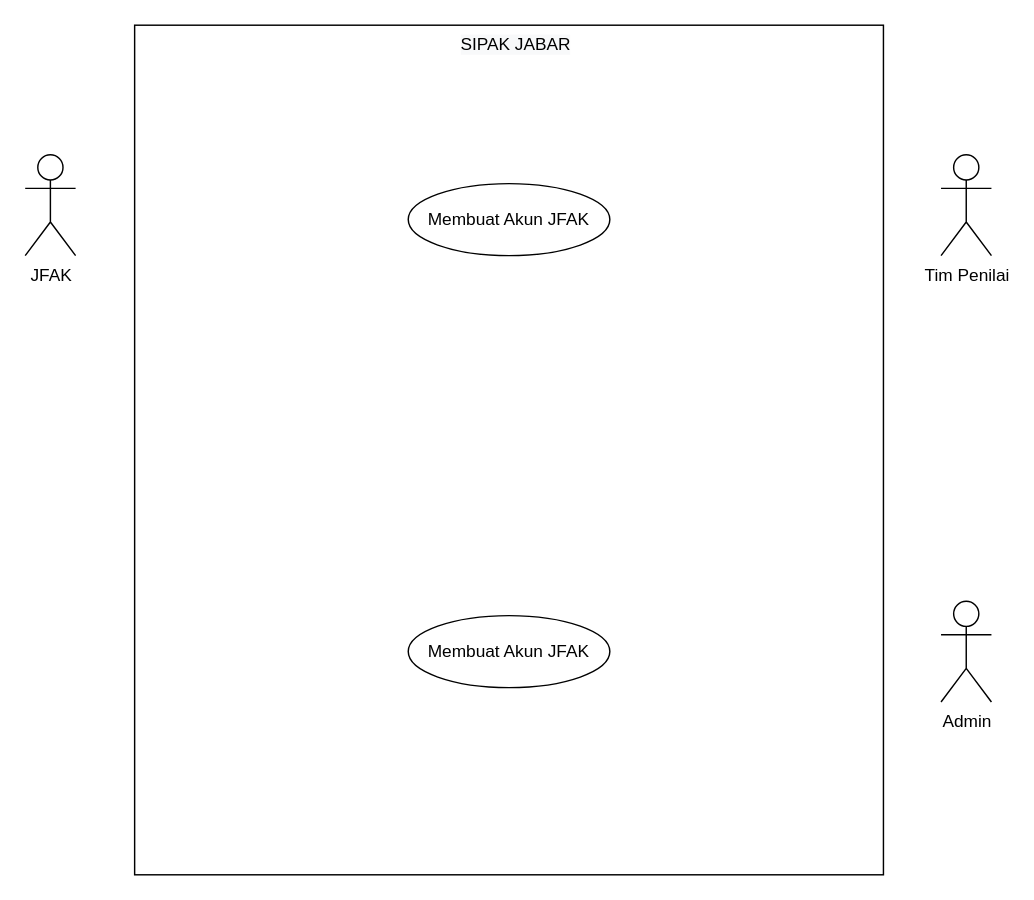
Above: Analis/Diagram/Untitled Diagram.drawio in rafifauzi/SIPAK (draw.io), before the change. Source tidied: cells renumbered, new cells numbered last; positions are measured from the earlier drawing's top-left corner, leaving out a move shared by most shapes. Both pictures are drawn from the tidied source at 144%, with x=0, y=0 at pixel (24, 24).
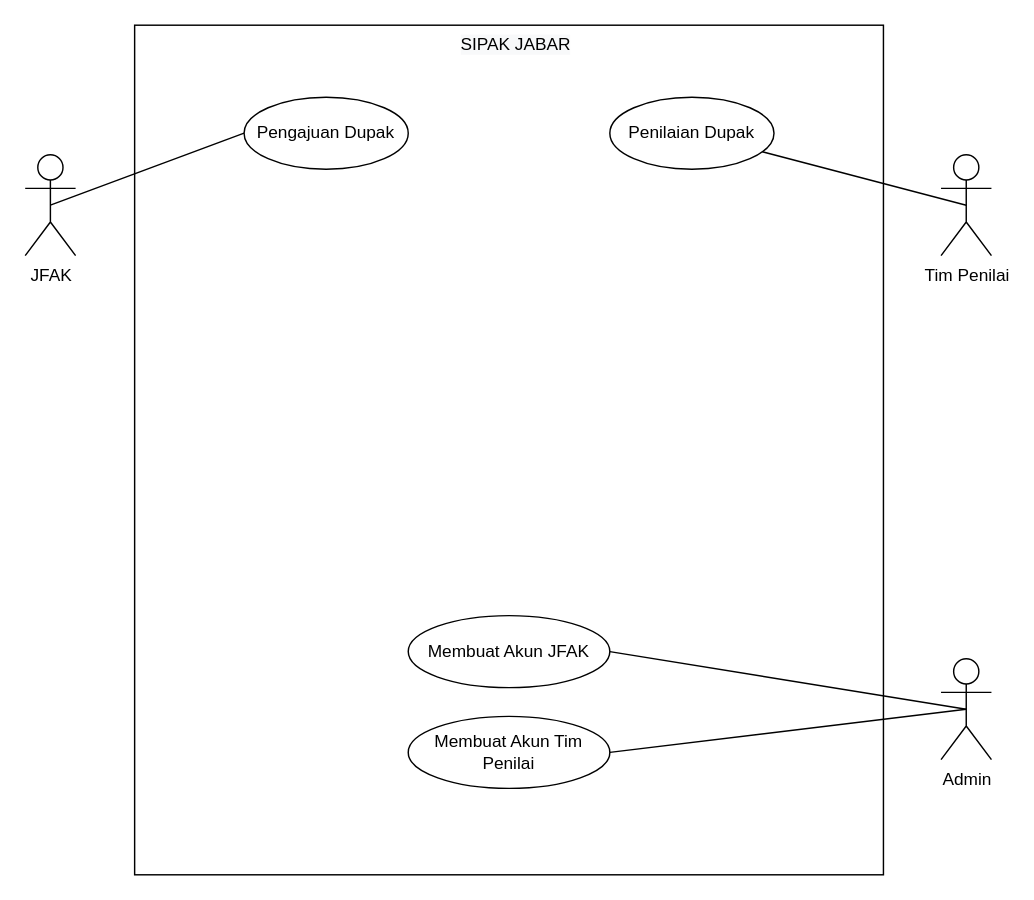
After the change.

What changed in the source:
```diff
@@
 <mxGraphModel>
   <root>
     <mxCell id="0" />
     <mxCell id="1" parent="0" />
     <mxCell id="2" style="rounded=0;whiteSpace=wrap;html=1;" parent="1" vertex="1">
       <mxGeometry x="76" width="520" height="590" as="geometry" />
     </mxCell>
     <mxCell id="3" value="&lt;span style=&quot;color: rgb(0 , 0 , 0) ; font-family: &amp;#34;helvetica&amp;#34; ; font-size: 12px ; font-style: normal ; font-weight: 400 ; letter-spacing: normal ; text-indent: 0px ; text-transform: none ; word-spacing: 0px ; background-color: rgb(248 , 249 , 250) ; display: inline ; float: none&quot;&gt;SIPAK JABAR&lt;/span&gt;" style="text;whiteSpace=wrap;html=1;align=center;" parent="1" vertex="1">
       <mxGeometry x="291" width="100" height="30" as="geometry" />
     </mxCell>
     <mxCell id="4" value="JFAK" style="shape=umlActor;verticalLabelPosition=bottom;verticalAlign=top;html=1;outlineConnect=0;" parent="1" vertex="1">
       <mxGeometry y="90" width="35" height="70" as="geometry" />
     </mxCell>
     <mxCell id="5" value="Tim Penilai" style="shape=umlActor;verticalLabelPosition=bottom;verticalAlign=top;html=1;outlineConnect=0;" parent="1" vertex="1">
       <mxGeometry x="636" y="90" width="35" height="70" as="geometry" />
     </mxCell>
     <mxCell id="6" value="Admin" style="shape=umlActor;verticalLabelPosition=bottom;verticalAlign=top;html=1;outlineConnect=0;" parent="1" vertex="1">
-      <mxGeometry x="636" y="400" width="35" height="70" as="geometry" />
+      <mxGeometry x="636" y="440" width="35" height="70" as="geometry" />
     </mxCell>
     <mxCell id="7" value="Membuat Akun JFAK" style="ellipse;whiteSpace=wrap;html=1;" parent="1" vertex="1">
       <mxGeometry x="266" y="410" width="140" height="50" as="geometry" />
     </mxCell>
-    <mxCell id="8" value="Membuat Akun JFAK" style="ellipse;whiteSpace=wrap;html=1;" parent="1" vertex="1">
-      <mxGeometry x="266" y="110" width="140" height="50" as="geometry" />
-    </mxCell>
+    <mxCell id="9" value="Membuat Akun Tim Penilai" style="ellipse;whiteSpace=wrap;html=1;" parent="1" vertex="1">
+      <mxGeometry x="266" y="480" width="140" height="50" as="geometry" />
+    </mxCell>
+    <mxCell id="10" style="endArrow=none;html=1;rounded=0;exitX=0.5;exitY=0.5;exitDx=0;exitDy=0;exitPerimeter=0;entryX=1;entryY=0.5;entryDx=0;entryDy=0;" parent="1" edge="1" source="6" target="7">
+      <mxGeometry relative="1" as="geometry" />
+    </mxCell>
+    <mxCell id="11" style="endArrow=none;html=1;rounded=0;exitX=0.5;exitY=0.5;exitDx=0;exitDy=0;exitPerimeter=0;entryX=1;entryY=0.5;entryDx=0;entryDy=0;" parent="1" edge="1" source="6" target="9">
+      <mxGeometry relative="1" as="geometry" />
+    </mxCell>
+    <mxCell id="12" value="Pengajuan Dupak" style="ellipse;whiteSpace=wrap;html=1;" parent="1" vertex="1">
+      <mxGeometry x="152" y="50" width="114" height="50" as="geometry" />
+    </mxCell>
+    <mxCell id="13" style="endArrow=none;html=1;rounded=0;exitX=0;exitY=0.5;exitDx=0;exitDy=0;entryX=0.5;entryY=0.5;entryDx=0;entryDy=0;entryPerimeter=0;" parent="1" edge="1" source="12" target="4">
+      <mxGeometry relative="1" as="geometry" />
+    </mxCell>
+    <mxCell id="14" value="Penilaian Dupak" style="ellipse;whiteSpace=wrap;html=1;" parent="1" vertex="1">
+      <mxGeometry x="406" y="50" width="114" height="50" as="geometry" />
+    </mxCell>
+    <mxCell id="15" style="endArrow=none;html=1;rounded=0;exitX=0.5;exitY=0.5;exitDx=0;exitDy=0;exitPerimeter=0;" parent="1" edge="1" source="5" target="14">
+      <mxGeometry relative="1" as="geometry" />
+    </mxCell>
   </root>
 </mxGraphModel>
```
